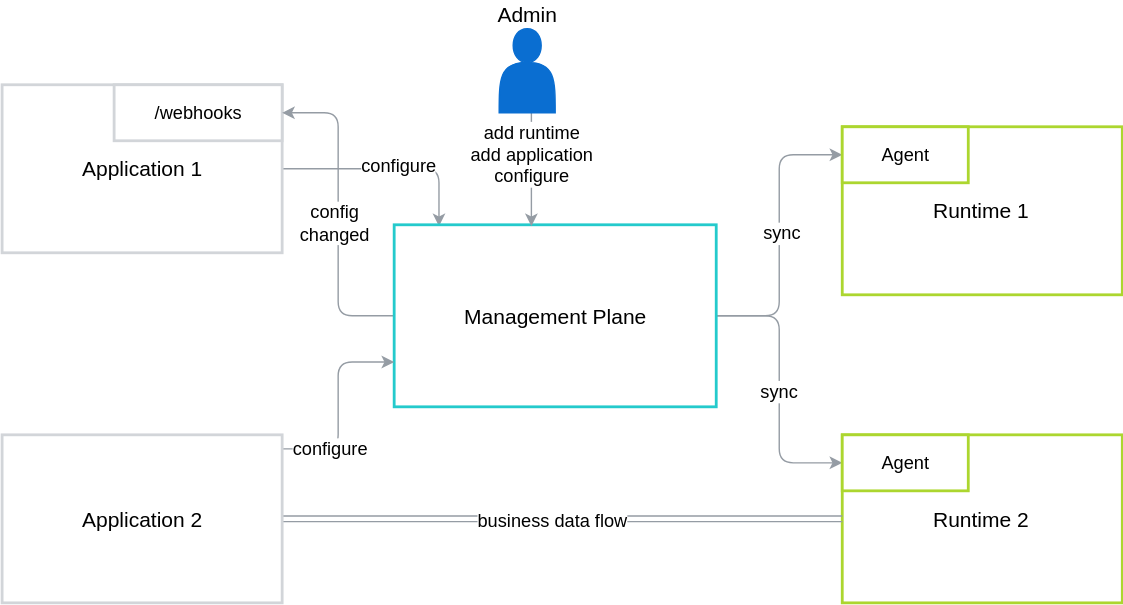
kyma-incubator/compass keeps this draw.io diagram as docs/architecture/assets/components-high-level.svg. Above is the earlier version. Source tidied: cells renumbered, new cells last; positions are measured from the earlier drawing's top-left corner, leaving out a move shared by most shapes. Its diagram source:
```xml
<mxGraphModel>
  <root>
    <mxCell id="0" />
    <mxCell id="1" parent="0" />
    <mxCell id="2" style="edgeStyle=orthogonalEdgeStyle;rounded=1;jettySize=auto;html=1;exitX=1;exitY=0.5;exitDx=0;exitDy=0;entryX=0.139;entryY=0.005;entryDx=0;entryDy=0;entryPerimeter=0;strokeColor=#959CA4;" parent="1" edge="1" source="4" target="11">
      <mxGeometry relative="1" as="geometry" />
    </mxCell>
    <mxCell id="3" value="configure" style="text;html=1;align=center;verticalAlign=middle;labelBackgroundColor=#ffffff;fontSize=13;" parent="2" vertex="1">
      <mxGeometry x="0.09" y="3" relative="1" as="geometry" />
    </mxCell>
    <mxCell id="4" value="&lt;font style=&quot;font-size: 15px&quot;&gt;Application 1&lt;/font&gt;" style="rounded=0;whiteSpace=wrap;html=1;strokeColor=#D2D5D9;strokeWidth=2;" parent="1" vertex="1">
      <mxGeometry y="60" width="200" height="120" as="geometry" />
    </mxCell>
    <mxCell id="5" value="&lt;font style=&quot;font-size: 13px&quot;&gt;/webhooks&lt;/font&gt;" style="rounded=0;whiteSpace=wrap;html=1;strokeColor=#D2D5D9;strokeWidth=2;" parent="1" vertex="1">
      <mxGeometry x="80" y="60" width="120" height="40" as="geometry" />
    </mxCell>
    <mxCell id="6" style="edgeStyle=orthogonalEdgeStyle;rounded=1;jettySize=auto;html=1;exitX=1;exitY=0.5;exitDx=0;exitDy=0;entryX=0;entryY=0.5;entryDx=0;entryDy=0;strokeColor=#959CA4;" parent="1" edge="1" source="11" target="15">
      <mxGeometry relative="1" as="geometry" />
    </mxCell>
    <mxCell id="7" value="sync" style="text;html=1;align=center;verticalAlign=middle;labelBackgroundColor=#ffffff;fontSize=13;" parent="6" vertex="1">
      <mxGeometry x="0.03" y="-1" relative="1" as="geometry" />
    </mxCell>
    <mxCell id="8" value="&lt;font style=&quot;font-size: 13px&quot;&gt;sync&lt;/font&gt;" style="edgeStyle=orthogonalEdgeStyle;rounded=1;jettySize=auto;html=1;exitX=1;exitY=0.5;exitDx=0;exitDy=0;entryX=0;entryY=0.5;entryDx=0;entryDy=0;strokeColor=#959CA4;" parent="1" edge="1" source="11" target="17">
      <mxGeometry relative="1" as="geometry" />
    </mxCell>
    <mxCell id="9" style="edgeStyle=orthogonalEdgeStyle;rounded=1;jettySize=auto;html=1;exitX=0;exitY=0.5;exitDx=0;exitDy=0;entryX=1;entryY=0.5;entryDx=0;entryDy=0;strokeColor=#959CA4;" parent="1" edge="1" source="11" target="5">
      <mxGeometry relative="1" as="geometry" />
    </mxCell>
    <mxCell id="10" value="config &lt;br style=&quot;font-size: 13px;&quot;&gt;changed" style="text;html=1;align=center;verticalAlign=middle;labelBackgroundColor=#ffffff;fontSize=13;" parent="9" vertex="1">
      <mxGeometry x="-0.04" y="3" relative="1" as="geometry" />
    </mxCell>
    <mxCell id="11" value="&lt;font style=&quot;font-size: 15px&quot;&gt;Management Plane&lt;/font&gt;" style="rounded=0;whiteSpace=wrap;html=1;strokeColor=#24CACC;strokeWidth=2;" parent="1" vertex="1">
      <mxGeometry x="280" y="160" width="230" height="130" as="geometry" />
    </mxCell>
    <mxCell id="12" style="edgeStyle=orthogonalEdgeStyle;rounded=1;jettySize=auto;html=1;exitX=1;exitY=0.25;exitDx=0;exitDy=0;entryX=0;entryY=0.75;entryDx=0;entryDy=0;strokeColor=#959CA4;" parent="1" edge="1" target="11">
      <mxGeometry relative="1" as="geometry">
        <mxPoint x="200" y="320" as="sourcePoint" />
      </mxGeometry>
    </mxCell>
    <mxCell id="13" value="configure" style="text;html=1;align=center;verticalAlign=middle;labelBackgroundColor=#ffffff;fontSize=13;" parent="12" vertex="1">
      <mxGeometry x="-0.52" y="1" relative="1" as="geometry" />
    </mxCell>
    <mxCell id="14" value="&lt;font style=&quot;font-size: 15px&quot;&gt;Runtime 1&lt;/font&gt;" style="rounded=0;whiteSpace=wrap;html=1;strokeColor=#ACD62F;strokeWidth=2;" parent="1" vertex="1">
      <mxGeometry x="600" y="90" width="200" height="120" as="geometry" />
    </mxCell>
    <mxCell id="15" value="&lt;font style=&quot;font-size: 13px&quot;&gt;Agent&lt;/font&gt;" style="rounded=0;whiteSpace=wrap;html=1;strokeColor=#ACD62F;strokeWidth=2;" parent="1" vertex="1">
      <mxGeometry x="600" y="90" width="90" height="40" as="geometry" />
    </mxCell>
    <mxCell id="16" value="&lt;font style=&quot;font-size: 15px&quot;&gt;Runtime 2&lt;/font&gt;" style="rounded=0;whiteSpace=wrap;html=1;strokeColor=#ACD62F;strokeWidth=2;" parent="1" vertex="1">
      <mxGeometry x="600" y="310" width="200" height="120" as="geometry" />
    </mxCell>
    <mxCell id="17" value="&lt;font style=&quot;font-size: 13px&quot;&gt;Agent&lt;/font&gt;" style="rounded=0;whiteSpace=wrap;html=1;strokeColor=#ACD62F;strokeWidth=2;" parent="1" vertex="1">
      <mxGeometry x="600" y="310" width="90" height="40" as="geometry" />
    </mxCell>
    <mxCell id="18" value="&lt;font style=&quot;font-size: 13px&quot;&gt;add runtime&lt;br&gt;add application&lt;br&gt;configure&lt;/font&gt;&lt;br&gt;" style="edgeStyle=orthogonalEdgeStyle;rounded=0;jettySize=auto;html=1;entryX=0.374;entryY=0.008;entryDx=0;entryDy=0;entryPerimeter=0;strokeColor=#959CA4;exitX=0.5;exitY=1;exitDx=0;exitDy=0;" parent="1" edge="1" source="22">
      <mxGeometry relative="1" as="geometry">
        <mxPoint x="378" y="161" as="targetPoint" />
        <Array as="points">
          <mxPoint x="378" y="70" />
        </Array>
      </mxGeometry>
    </mxCell>
    <mxCell id="19" style="edgeStyle=orthogonalEdgeStyle;shape=link;rounded=0;jettySize=auto;html=1;exitX=1;exitY=0.5;exitDx=0;exitDy=0;targetPerimeterSpacing=6;strokeWidth=1;startSize=16;endSize=17;entryX=0;entryY=0.5;entryDx=0;entryDy=0;strokeColor=#959CA4;" parent="1" edge="1" source="21" target="16">
      <mxGeometry relative="1" as="geometry" />
    </mxCell>
    <mxCell id="20" value="&lt;font style=&quot;font-size: 13px&quot;&gt;business data flow&lt;/font&gt;" style="text;html=1;align=center;verticalAlign=middle;labelBackgroundColor=#ffffff;" parent="19" vertex="1">
      <mxGeometry x="-0.03" relative="1" as="geometry" />
    </mxCell>
    <mxCell id="21" value="&lt;font style=&quot;font-size: 15px&quot;&gt;Application 2&lt;/font&gt;" style="rounded=0;whiteSpace=wrap;html=1;strokeColor=#D2D5D9;strokeWidth=2;" parent="1" vertex="1">
      <mxGeometry y="310" width="200" height="120" as="geometry" />
    </mxCell>
    <mxCell id="22" style="shape=actor;whiteSpace=wrap;html=1;fillColor=#0A6ED1;strokeColor=#0A6ED1;" parent="1" vertex="1">
      <mxGeometry x="355" y="20" width="40" height="60" as="geometry" />
    </mxCell>
    <mxCell id="23" value="&lt;font style=&quot;font-size: 15px&quot;&gt;Admin&lt;/font&gt;" style="text;html=1;strokeColor=none;fillColor=none;align=center;verticalAlign=middle;whiteSpace=wrap;rounded=0;" parent="1" vertex="1">
      <mxGeometry x="355" width="40" height="20" as="geometry" />
    </mxCell>
  </root>
</mxGraphModel>
```
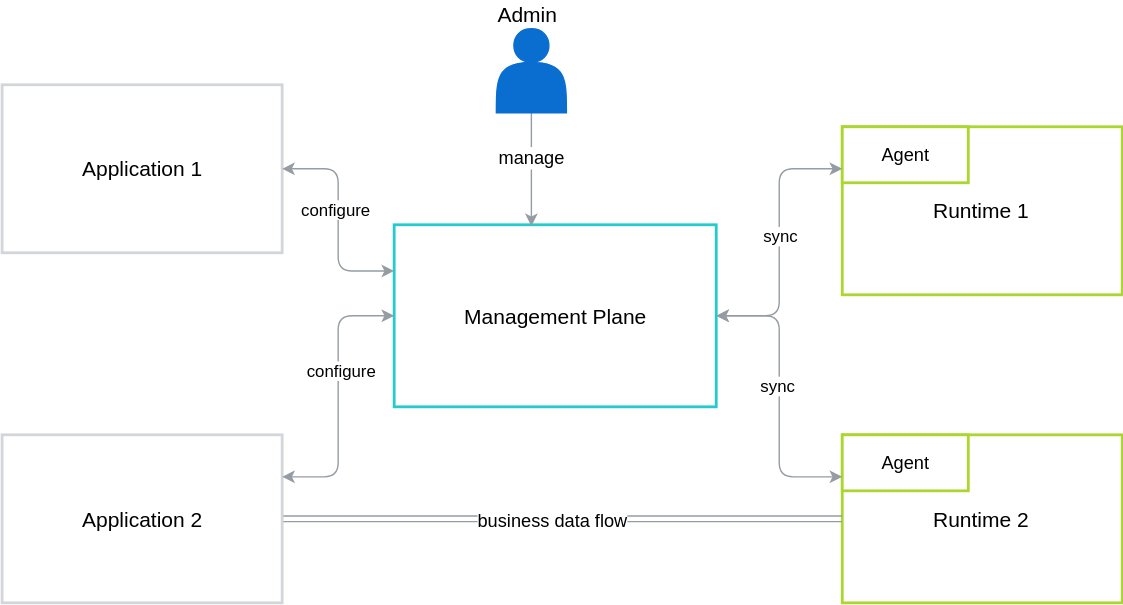
The same file after the commit.

Change to the diagram source:
```diff
@@ -2,44 +2,12 @@
   <root>
     <mxCell id="0" />
     <mxCell id="1" parent="0" />
-    <mxCell id="2" style="edgeStyle=orthogonalEdgeStyle;rounded=1;jettySize=auto;html=1;exitX=1;exitY=0.5;exitDx=0;exitDy=0;entryX=0.139;entryY=0.005;entryDx=0;entryDy=0;entryPerimeter=0;strokeColor=#959CA4;" parent="1" edge="1" source="4" target="11">
-      <mxGeometry relative="1" as="geometry" />
-    </mxCell>
-    <mxCell id="3" value="configure" style="text;html=1;align=center;verticalAlign=middle;labelBackgroundColor=#ffffff;fontSize=13;" parent="2" vertex="1">
-      <mxGeometry x="0.09" y="3" relative="1" as="geometry" />
-    </mxCell>
     <mxCell id="4" value="&lt;font style=&quot;font-size: 15px&quot;&gt;Application 1&lt;/font&gt;" style="rounded=0;whiteSpace=wrap;html=1;strokeColor=#D2D5D9;strokeWidth=2;" parent="1" vertex="1">
       <mxGeometry y="60" width="200" height="120" as="geometry" />
     </mxCell>
-    <mxCell id="5" value="&lt;font style=&quot;font-size: 13px&quot;&gt;/webhooks&lt;/font&gt;" style="rounded=0;whiteSpace=wrap;html=1;strokeColor=#D2D5D9;strokeWidth=2;" parent="1" vertex="1">
-      <mxGeometry x="80" y="60" width="120" height="40" as="geometry" />
-    </mxCell>
-    <mxCell id="6" style="edgeStyle=orthogonalEdgeStyle;rounded=1;jettySize=auto;html=1;exitX=1;exitY=0.5;exitDx=0;exitDy=0;entryX=0;entryY=0.5;entryDx=0;entryDy=0;strokeColor=#959CA4;" parent="1" edge="1" source="11" target="15">
-      <mxGeometry relative="1" as="geometry" />
-    </mxCell>
-    <mxCell id="7" value="sync" style="text;html=1;align=center;verticalAlign=middle;labelBackgroundColor=#ffffff;fontSize=13;" parent="6" vertex="1">
-      <mxGeometry x="0.03" y="-1" relative="1" as="geometry" />
-    </mxCell>
-    <mxCell id="8" value="&lt;font style=&quot;font-size: 13px&quot;&gt;sync&lt;/font&gt;" style="edgeStyle=orthogonalEdgeStyle;rounded=1;jettySize=auto;html=1;exitX=1;exitY=0.5;exitDx=0;exitDy=0;entryX=0;entryY=0.5;entryDx=0;entryDy=0;strokeColor=#959CA4;" parent="1" edge="1" source="11" target="17">
-      <mxGeometry relative="1" as="geometry" />
-    </mxCell>
-    <mxCell id="9" style="edgeStyle=orthogonalEdgeStyle;rounded=1;jettySize=auto;html=1;exitX=0;exitY=0.5;exitDx=0;exitDy=0;entryX=1;entryY=0.5;entryDx=0;entryDy=0;strokeColor=#959CA4;" parent="1" edge="1" source="11" target="5">
-      <mxGeometry relative="1" as="geometry" />
-    </mxCell>
-    <mxCell id="10" value="config &lt;br style=&quot;font-size: 13px;&quot;&gt;changed" style="text;html=1;align=center;verticalAlign=middle;labelBackgroundColor=#ffffff;fontSize=13;" parent="9" vertex="1">
-      <mxGeometry x="-0.04" y="3" relative="1" as="geometry" />
-    </mxCell>
     <mxCell id="11" value="&lt;font style=&quot;font-size: 15px&quot;&gt;Management Plane&lt;/font&gt;" style="rounded=0;whiteSpace=wrap;html=1;strokeColor=#24CACC;strokeWidth=2;" parent="1" vertex="1">
       <mxGeometry x="280" y="160" width="230" height="130" as="geometry" />
     </mxCell>
-    <mxCell id="12" style="edgeStyle=orthogonalEdgeStyle;rounded=1;jettySize=auto;html=1;exitX=1;exitY=0.25;exitDx=0;exitDy=0;entryX=0;entryY=0.75;entryDx=0;entryDy=0;strokeColor=#959CA4;" parent="1" edge="1" target="11">
-      <mxGeometry relative="1" as="geometry">
-        <mxPoint x="200" y="320" as="sourcePoint" />
-      </mxGeometry>
-    </mxCell>
-    <mxCell id="13" value="configure" style="text;html=1;align=center;verticalAlign=middle;labelBackgroundColor=#ffffff;fontSize=13;" parent="12" vertex="1">
-      <mxGeometry x="-0.52" y="1" relative="1" as="geometry" />
-    </mxCell>
     <mxCell id="14" value="&lt;font style=&quot;font-size: 15px&quot;&gt;Runtime 1&lt;/font&gt;" style="rounded=0;whiteSpace=wrap;html=1;strokeColor=#ACD62F;strokeWidth=2;" parent="1" vertex="1">
       <mxGeometry x="600" y="90" width="200" height="120" as="geometry" />
     </mxCell>
@@ -52,7 +20,7 @@
     <mxCell id="17" value="&lt;font style=&quot;font-size: 13px&quot;&gt;Agent&lt;/font&gt;" style="rounded=0;whiteSpace=wrap;html=1;strokeColor=#ACD62F;strokeWidth=2;" parent="1" vertex="1">
       <mxGeometry x="600" y="310" width="90" height="40" as="geometry" />
     </mxCell>
-    <mxCell id="18" value="&lt;font style=&quot;font-size: 13px&quot;&gt;add runtime&lt;br&gt;add application&lt;br&gt;configure&lt;/font&gt;&lt;br&gt;" style="edgeStyle=orthogonalEdgeStyle;rounded=0;jettySize=auto;html=1;entryX=0.374;entryY=0.008;entryDx=0;entryDy=0;entryPerimeter=0;strokeColor=#959CA4;exitX=0.5;exitY=1;exitDx=0;exitDy=0;" parent="1" edge="1" source="22">
+    <mxCell id="18" value="&lt;span style=&quot;font-size: 13px&quot;&gt;manage&lt;/span&gt;&lt;br&gt;" style="edgeStyle=orthogonalEdgeStyle;rounded=0;jettySize=auto;html=1;entryX=0.374;entryY=0.008;entryDx=0;entryDy=0;entryPerimeter=0;strokeColor=#959CA4;exitX=0.5;exitY=1;exitDx=0;exitDy=0;" parent="1" edge="1" source="22">
       <mxGeometry relative="1" as="geometry">
         <mxPoint x="378" y="161" as="targetPoint" />
         <Array as="points">
@@ -70,10 +38,39 @@
       <mxGeometry y="310" width="200" height="120" as="geometry" />
     </mxCell>
     <mxCell id="22" style="shape=actor;whiteSpace=wrap;html=1;fillColor=#0A6ED1;strokeColor=#0A6ED1;" parent="1" vertex="1">
-      <mxGeometry x="355" y="20" width="40" height="60" as="geometry" />
+      <mxGeometry x="353" y="20" width="50" height="60" as="geometry" />
     </mxCell>
     <mxCell id="23" value="&lt;font style=&quot;font-size: 15px&quot;&gt;Admin&lt;/font&gt;" style="text;html=1;strokeColor=none;fillColor=none;align=center;verticalAlign=middle;whiteSpace=wrap;rounded=0;" parent="1" vertex="1">
       <mxGeometry x="355" width="40" height="20" as="geometry" />
     </mxCell>
+    <mxCell id="2" style="endArrow=classic;startArrow=classic;html=1;exitX=1;exitY=0.5;exitDx=0;exitDy=0;edgeStyle=orthogonalEdgeStyle;entryX=0;entryY=0.25;entryDx=0;entryDy=0;strokeColor=#959CA4;" parent="1" edge="1" source="4" target="11">
+      <mxGeometry relative="1" as="geometry" />
+    </mxCell>
+    <mxCell id="24" value="configure" style="text;html=1;align=center;verticalAlign=middle;labelBackgroundColor=#ffffff;" parent="2" vertex="1">
+      <mxGeometry x="-0.11" y="-2" relative="1" as="geometry" />
+    </mxCell>
+    <mxCell id="25" style="endArrow=classic;startArrow=classic;html=1;exitX=1;exitY=0.25;exitDx=0;exitDy=0;edgeStyle=orthogonalEdgeStyle;entryX=0;entryY=0.5;entryDx=0;entryDy=0;strokeColor=#959CA4;" parent="1" edge="1" source="21" target="11">
+      <mxGeometry relative="1" as="geometry">
+        <Array as="points">
+          <mxPoint x="240" y="340" />
+          <mxPoint x="240" y="225" />
+        </Array>
+      </mxGeometry>
+    </mxCell>
+    <mxCell id="26" value="configure" style="text;html=1;align=center;verticalAlign=middle;labelBackgroundColor=#ffffff;" parent="25" vertex="1">
+      <mxGeometry x="0.2" y="-2" relative="1" as="geometry" />
+    </mxCell>
+    <mxCell id="27" style="endArrow=classic;startArrow=classic;html=1;strokeColor=#959CA4;exitX=1;exitY=0.5;exitDx=0;exitDy=0;entryX=0;entryY=0.25;entryDx=0;entryDy=0;edgeStyle=orthogonalEdgeStyle;" parent="1" edge="1" source="11" target="14">
+      <mxGeometry relative="1" as="geometry" />
+    </mxCell>
+    <mxCell id="28" value="sync" style="text;html=1;align=center;verticalAlign=middle;labelBackgroundColor=#ffffff;" parent="27" vertex="1">
+      <mxGeometry x="0.05" y="-1" relative="1" as="geometry" />
+    </mxCell>
+    <mxCell id="29" style="endArrow=classic;startArrow=classic;html=1;strokeColor=#959CA4;exitX=1;exitY=0.5;exitDx=0;exitDy=0;entryX=0;entryY=0.25;entryDx=0;entryDy=0;edgeStyle=orthogonalEdgeStyle;" parent="1" edge="1" source="11" target="16">
+      <mxGeometry relative="1" as="geometry" />
+    </mxCell>
+    <mxCell id="30" value="sync" style="text;html=1;align=center;verticalAlign=middle;labelBackgroundColor=#ffffff;" parent="29" vertex="1">
+      <mxGeometry x="-0.08" y="-1" relative="1" as="geometry" />
+    </mxCell>
   </root>
 </mxGraphModel>
```
